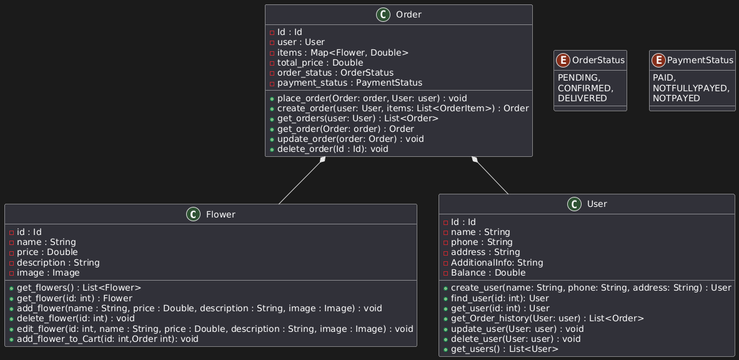
Above: Documentation/Diagram_pictures/Class_Diagram.png in Acieran/Django_Project (PlantUML), before the change.
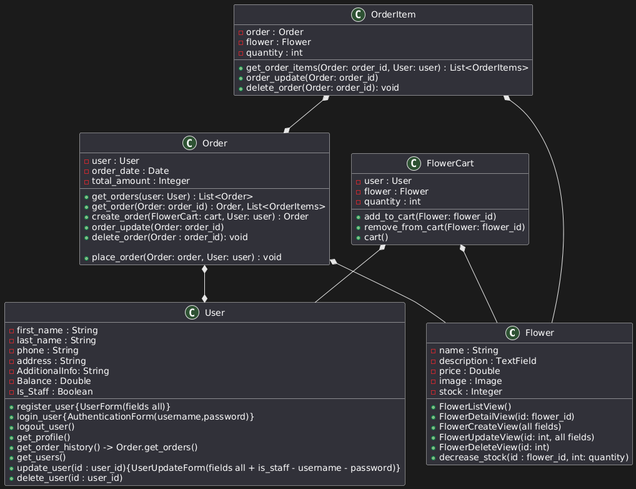
After the change.

The edit, as a diff of the source:
```diff
@@ -1,65 +1,76 @@
 @startuml
 class Flower {
-    - id : Id
     - name : String
+    - description : TextField
     - price : Double
-    - description : String
     - image : Image
+    - stock : Integer
 
-    + get_flowers() : List<Flower>
-    + get_flower(id: int) : Flower
-    + add_flower(name : String, price : Double, description : String, image : Image) : void
-    + delete_flower(id: int) : void
-    + edit_flower(id: int, name : String, price : Double, description : String, image : Image) : void
-    + add_flower_to_Cart(id: int,Order int): void
+    + FlowerListView()
+    + FlowerDetailView(id: flower_id)
+    + FlowerCreateView(all fields)
+    + FlowerUpdateView(id: int, all fields)
+    + FlowerDeleteView(id: int)
+    + decrease_stock(id : flower_id, int: quantity)
 }
 
 class User {
-    - Id : Id
-    - name : String
+    - first_name : String
+    - last_name : String
     - phone : String
     - address : String
     - AdditionalInfo: String
     - Balance : Double
+    - Is_Staff : Boolean
 
-    + create_user(name: String, phone: String, address: String) : User
-    + find_user(id: int): User
-    + get_user(id: int) : User
-    + get_Order_history(User: user) : List<Order>
-    + update_user(User: user) : void
-    + delete_user(User: user) : void
-    + get_users() : List<User>
+    + register_user{UserForm(fields all)}
+    + login_user{AuthenticationForm(username,password)}
+    + logout_user()
+    + get_profile()
+    + get_order_history() -> Order.get_orders()
+    + get_users()
+    + update_user(id : user_id){UserUpdateForm(fields all + is_staff - username - password)}
+    + delete_user(id : user_id)
 }
 
 class Order {
-    - Id : Id
     - user : User
-    - items : Map<Flower, Double>
-    - total_price : Double
-    - order_status : OrderStatus
-    - payment_status : PaymentStatus
+    - order_date : Date
+    - total_amount : Integer
+
+    + get_orders(user: User) : List<Order>
+    + get_order(Order: order_id) : Order, List<OrderItems>
+    + create_order(FlowerCart: cart, User: user) : Order
+    + order_update(Order: order_id)
+    + delete_order(Order : order_id): void
 
     + place_order(Order: order, User: user) : void
-    + create_order(user: User, items: List<OrderItem>) : Order
-    + get_orders(user: User) : List<Order>
-    + get_order(Order: order) : Order
-    + update_order(order: Order) : void
-    + delete_order(Id : Id): void
 }
 
+class OrderItem {
+    - order : Order
+    - flower : Flower
+    - quantity : int
 
-enum OrderStatus {
-    PENDING,
-    CONFIRMED,
-    DELIVERED
+    + get_order_items(Order: order_id, User: user) : List<OrderItems>
+    + order_update(Order: order_id)
+    + delete_order(Order: order_id): void
 }
 
-enum PaymentStatus{
-    PAID,
-    NOTFULLYPAYED,
-    NOTPAYED
+class FlowerCart {
+    - user : User
+    - flower : Flower
+    - quantity : int
+
+    + add_to_cart(Flower: flower_id)
+    + remove_from_cart(Flower: flower_id)
+    + cart()
 }
 
-Order *-- User
+Order *--* User
 Order *-- Flower
+OrderItem *--* Order
+FlowerCart *-- Flower
+FlowerCart *-- User
+OrderItem *-- Flower
 @enduml
```
